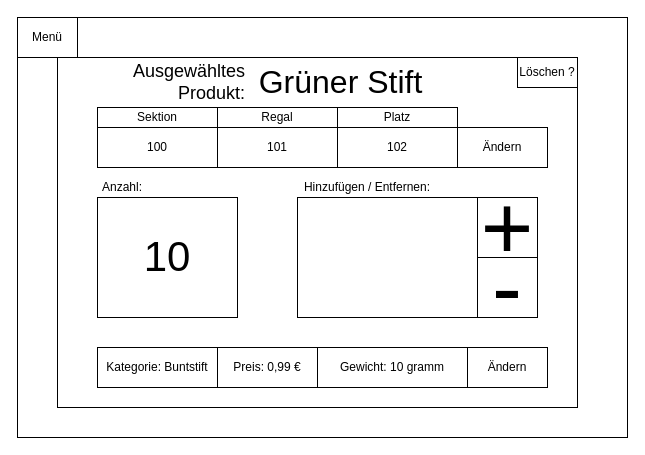
Before: dev/mockups/raw/ArtikelAnsicht.drawio in callidaria/pen-testing, a draw.io diagram. Source tidied: cells renumbered, new cells numbered last; positions are measured from the earlier drawing's top-left corner, leaving out a move shared by most shapes. Both pictures are drawn from the tidied source at 100%, with x=0, y=0 at pixel (17, 17).
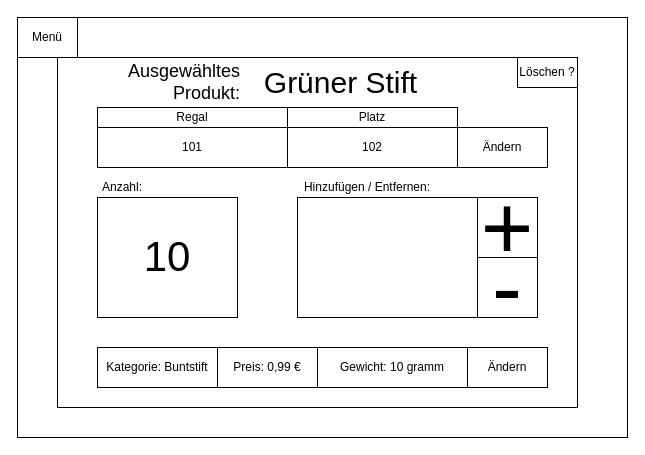
The same page after the edit.

Change to the diagram source:
```diff
@@
-    <mxCell id="4" value="100" style="rounded=0;whiteSpace=wrap;html=1;" parent="1" vertex="1">
-      <mxGeometry x="80" y="110" width="120" height="40" as="geometry" />
-    </mxCell>
     <mxCell id="5" value="101" style="rounded=0;whiteSpace=wrap;html=1;" parent="1" vertex="1">
-      <mxGeometry x="200" y="110" width="120" height="40" as="geometry" />
+      <mxGeometry x="80" y="110" width="190" height="40" as="geometry" />
     </mxCell>
     <mxCell id="6" value="102" style="rounded=0;whiteSpace=wrap;html=1;" parent="1" vertex="1">
-      <mxGeometry x="320" y="110" width="120" height="40" as="geometry" />
+      <mxGeometry x="270" y="110" width="170" height="40" as="geometry" />
     </mxCell>
@@
-    <mxCell id="8" value="&lt;font style=&quot;font-size: 32px&quot;&gt;Grüner Stift&lt;/font&gt;" style="text;html=1;strokeColor=none;fillColor=none;align=center;verticalAlign=middle;whiteSpace=wrap;rounded=0;" parent="1" vertex="1">
+    <mxCell id="8" value="&lt;font style=&quot;font-size: 30px&quot;&gt;Grüner Stift&lt;/font&gt;" style="text;html=1;strokeColor=none;fillColor=none;align=center;verticalAlign=middle;whiteSpace=wrap;rounded=0;" parent="1" vertex="1">
       <mxGeometry x="225" y="45" width="197" height="40" as="geometry" />
     </mxCell>
-    <mxCell id="9" value="Sektion" style="rounded=0;whiteSpace=wrap;html=1;" parent="1" vertex="1">
-      <mxGeometry x="80" y="90" width="120" height="20" as="geometry" />
-    </mxCell>
     <mxCell id="10" value="Regal" style="rounded=0;whiteSpace=wrap;html=1;" parent="1" vertex="1">
-      <mxGeometry x="200" y="90" width="120" height="20" as="geometry" />
+      <mxGeometry x="80" y="90" width="190" height="20" as="geometry" />
     </mxCell>
     <mxCell id="11" value="Platz" style="rounded=0;whiteSpace=wrap;html=1;" parent="1" vertex="1">
-      <mxGeometry x="320" y="90" width="120" height="20" as="geometry" />
+      <mxGeometry x="270" y="90" width="170" height="20" as="geometry" />
     </mxCell>
@@
     <mxCell id="24" value="&lt;font style=&quot;font-size: 18px&quot;&gt;Ausgewähltes Produkt:&lt;/font&gt;" style="text;html=1;strokeColor=none;fillColor=none;align=right;verticalAlign=middle;whiteSpace=wrap;rounded=0;" parent="1" vertex="1">
-      <mxGeometry x="110" y="40" width="120" height="50" as="geometry" />
+      <mxGeometry x="105" y="45" width="120" height="40" as="geometry" />
     </mxCell>
```
